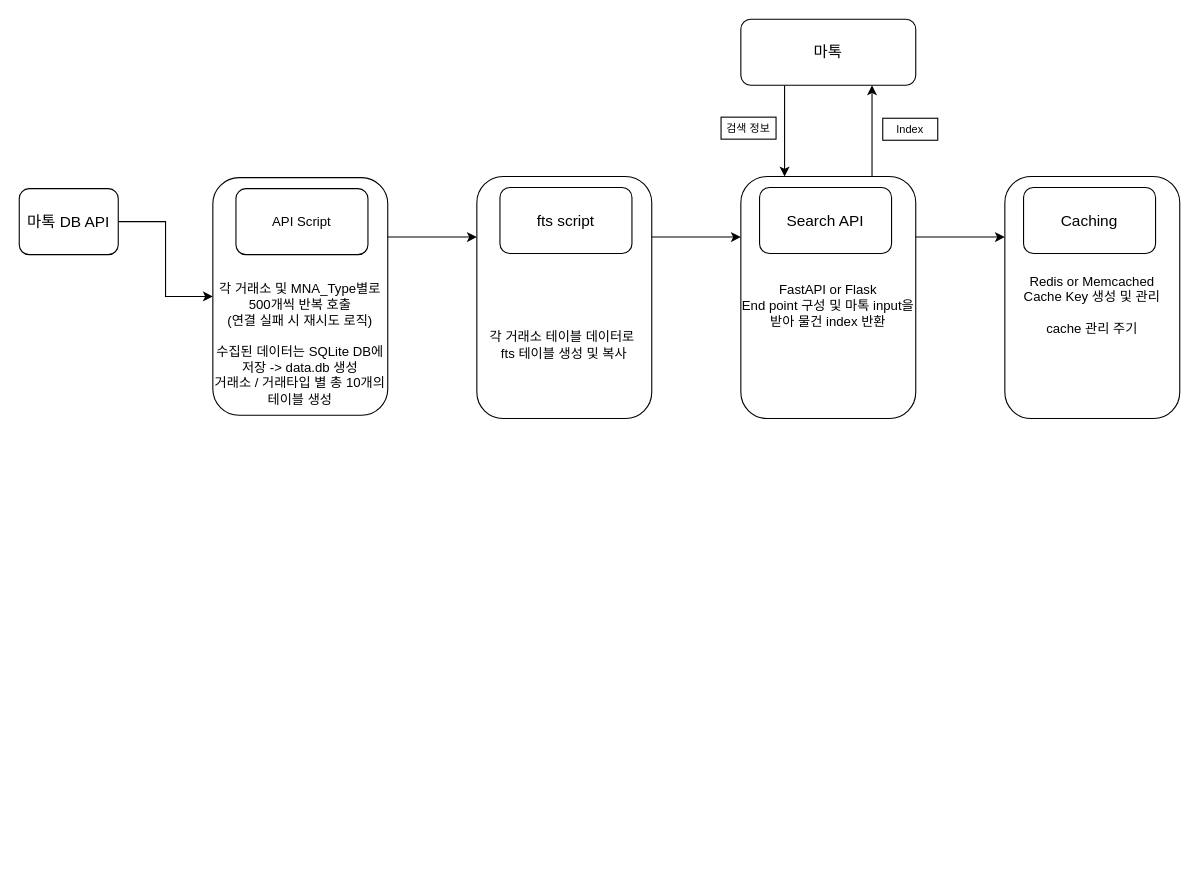
This is news_chatbot/제목 없는 다이어그램.drawio from jinucho/K_digital_training, a draw.io file, before an edit. Source tidied: cells renumbered, new cells numbered last; positions are measured from the earlier drawing's top-left corner, leaving out a move shared by most shapes. Both pictures are drawn from the tidied source at 110%, with x=0, y=0 at pixel (19, 19).
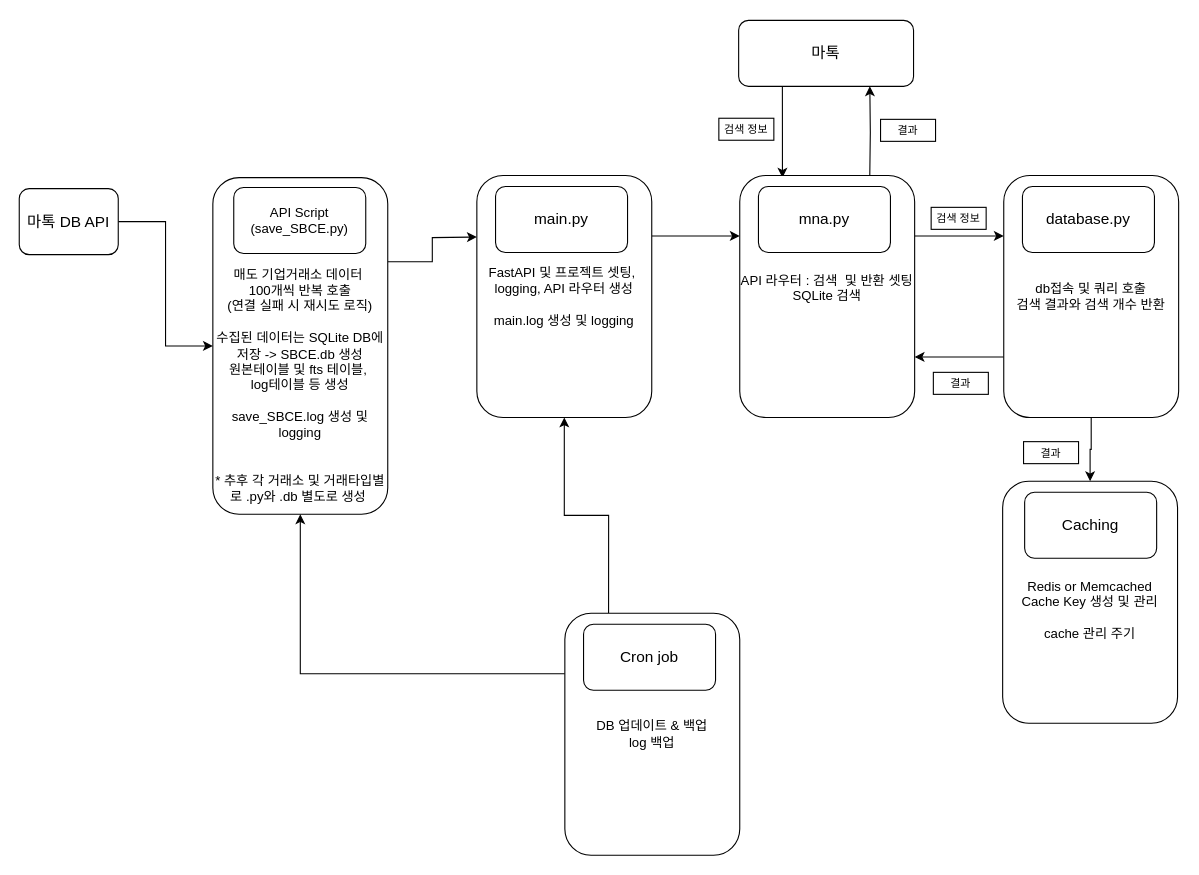
After the change.

Commit message:
제목 없는 다이어그램.drawio 업데이트

The edit, as a diff of the source:
```diff
@@
-    <mxCell id="2" style="edgeStyle=orthogonalEdgeStyle;rounded=0;jettySize=auto;html=1;exitX=1;exitY=0.25;exitDx=0;exitDy=0;entryX=0;entryY=0.25;entryDx=0;entryDy=0;" parent="1" edge="1" source="3" target="8">
-      <mxGeometry relative="1" as="geometry" />
+    <mxCell id="2" style="edgeStyle=orthogonalEdgeStyle;rounded=0;jettySize=auto;html=1;exitX=1;exitY=0.25;exitDx=0;exitDy=0;entryX=0;entryY=0.25;entryDx=0;entryDy=0;" parent="1" edge="1" source="3">
+      <mxGeometry relative="1" as="geometry">
+        <mxPoint x="416" y="198" as="targetPoint" />
+      </mxGeometry>
     </mxCell>
-    <mxCell id="3" value="&lt;div&gt;&lt;font style=&quot;font-size: 12px;&quot;&gt;&lt;br&gt;&lt;/font&gt;&lt;/div&gt;&lt;div&gt;&lt;font style=&quot;font-size: 12px;&quot;&gt;&lt;br&gt;&lt;/font&gt;&lt;/div&gt;&lt;div&gt;&lt;font style=&quot;font-size: 12px;&quot;&gt;&lt;br&gt;&lt;/font&gt;&lt;/div&gt;&lt;div&gt;&lt;font style=&quot;font-size: 12px;&quot;&gt;&lt;br&gt;&lt;/font&gt;&lt;/div&gt;&lt;div&gt;&lt;font style=&quot;font-size: 12px;&quot;&gt;&lt;br&gt;&lt;/font&gt;&lt;/div&gt;&lt;div&gt;&lt;font style=&quot;font-size: 12px;&quot;&gt;&lt;br&gt;&lt;/font&gt;&lt;/div&gt;&lt;font style=&quot;font-size: 12px;&quot;&gt;각 거래소 및 MNA_Type별로 500개씩 반복 호출&lt;/font&gt;&lt;div&gt;(연결 실패 시 재시도 로직)&lt;br&gt;&lt;div style=&quot;&quot;&gt;&lt;font style=&quot;font-size: 12px;&quot;&gt;&lt;br&gt;&lt;/font&gt;&lt;/div&gt;&lt;div style=&quot;&quot;&gt;&lt;font style=&quot;font-size: 12px;&quot;&gt;수집된 데이터는 SQLite DB에 저장 -&amp;gt; data.db 생성&lt;/font&gt;&lt;/div&gt;&lt;/div&gt;&lt;div style=&quot;&quot;&gt;거래소 / 거래타입 별 총 10개의 테이블 생성&lt;/div&gt;" style="rounded=1;whiteSpace=wrap;html=1;align=center;" parent="1" vertex="1">
-      <mxGeometry x="176" y="144" width="159" height="216" as="geometry" />
+    <mxCell id="3" value="&lt;div&gt;&lt;font style=&quot;font-size: 12px;&quot;&gt;&lt;br&gt;&lt;/font&gt;&lt;/div&gt;&lt;div&gt;&lt;font style=&quot;font-size: 12px;&quot;&gt;&lt;br&gt;&lt;/font&gt;&lt;/div&gt;&lt;div&gt;&lt;font style=&quot;font-size: 12px;&quot;&gt;&lt;br&gt;&lt;/font&gt;&lt;/div&gt;&lt;div&gt;&lt;font style=&quot;font-size: 12px;&quot;&gt;&lt;br&gt;&lt;/font&gt;&lt;/div&gt;&lt;div&gt;&lt;br&gt;&lt;/div&gt;&lt;font style=&quot;font-size: 12px;&quot;&gt;매도 기업거래소 데이터&amp;nbsp;&lt;/font&gt;&lt;div&gt;&lt;font style=&quot;font-size: 12px;&quot;&gt;100개씩 반복 호출&lt;/font&gt;&lt;div&gt;(연결 실패 시 재시도 로직)&lt;br&gt;&lt;div style=&quot;&quot;&gt;&lt;font style=&quot;font-size: 12px;&quot;&gt;&lt;br&gt;&lt;/font&gt;&lt;/div&gt;&lt;div style=&quot;&quot;&gt;&lt;font style=&quot;font-size: 12px;&quot;&gt;수집된 데이터는 SQLite DB에 저장 -&amp;gt; SBCE.db 생성&lt;/font&gt;&lt;/div&gt;&lt;/div&gt;&lt;div style=&quot;&quot;&gt;원본테이블 및 fts 테이블,&amp;nbsp;&lt;/div&gt;&lt;div style=&quot;&quot;&gt;log테이블 등 생성&lt;/div&gt;&lt;div style=&quot;&quot;&gt;&lt;br&gt;&lt;/div&gt;&lt;div style=&quot;&quot;&gt;save_SBCE.log 생성 및 logging&lt;/div&gt;&lt;div style=&quot;&quot;&gt;&lt;br&gt;&lt;/div&gt;&lt;div style=&quot;&quot;&gt;&lt;br&gt;&lt;/div&gt;&lt;div style=&quot;&quot;&gt;* 추후 각 거래소 및 거래타입별로 .py와 .db 별도로 생성&amp;nbsp;&lt;/div&gt;&lt;/div&gt;" style="rounded=1;whiteSpace=wrap;html=1;align=center;" parent="1" vertex="1">
+      <mxGeometry x="176" y="144" width="159" height="306" as="geometry" />
     </mxCell>
@@
-    <mxCell id="6" value="API Script" style="rounded=1;whiteSpace=wrap;html=1;" parent="1" vertex="1">
-      <mxGeometry x="197" y="154" width="120" height="60" as="geometry" />
+    <mxCell id="6" value="API Script&lt;div&gt;(save_SBCE.py)&lt;/div&gt;" style="rounded=1;whiteSpace=wrap;html=1;" parent="1" vertex="1">
+      <mxGeometry x="195" y="153" width="120" height="60" as="geometry" />
     </mxCell>
-    <mxCell id="7" style="edgeStyle=orthogonalEdgeStyle;rounded=0;jettySize=auto;html=1;exitX=1;exitY=0.25;exitDx=0;exitDy=0;entryX=0;entryY=0.25;entryDx=0;entryDy=0;" parent="1" edge="1" source="8" target="12">
-      <mxGeometry relative="1" as="geometry" />
-    </mxCell>
-    <mxCell id="8" value="&lt;div&gt;&lt;font style=&quot;font-size: 12px;&quot;&gt;&lt;br&gt;&lt;/font&gt;&lt;/div&gt;&lt;div&gt;&lt;font style=&quot;font-size: 12px;&quot;&gt;&lt;br&gt;&lt;/font&gt;&lt;/div&gt;&lt;div&gt;&lt;font style=&quot;font-size: 12px;&quot;&gt;&lt;br&gt;&lt;/font&gt;&lt;/div&gt;&lt;div&gt;&lt;font style=&quot;font-size: 12px;&quot;&gt;&lt;br&gt;&lt;/font&gt;&lt;/div&gt;&lt;div&gt;&lt;font style=&quot;font-size: 12px;&quot;&gt;&lt;br&gt;&lt;/font&gt;&lt;/div&gt;&lt;div&gt;&lt;font style=&quot;font-size: 12px;&quot;&gt;&lt;br&gt;&lt;/font&gt;&lt;/div&gt;각 거래소 테이블 데이터로&amp;nbsp;&lt;div&gt;fts 테이블 생성 및 복사&lt;/div&gt;" style="rounded=1;whiteSpace=wrap;html=1;align=center;" parent="1" vertex="1">
-      <mxGeometry x="416" y="143" width="159" height="220" as="geometry" />
-    </mxCell>
-    <mxCell id="9" value="&lt;span style=&quot;font-size: 14px;&quot;&gt;fts script&lt;/span&gt;" style="rounded=1;whiteSpace=wrap;html=1;" parent="1" vertex="1">
-      <mxGeometry x="437" y="153" width="120" height="60" as="geometry" />
-    </mxCell>
-    <mxCell id="10" style="edgeStyle=orthogonalEdgeStyle;rounded=0;jettySize=auto;html=1;exitX=0.25;exitY=1;exitDx=0;exitDy=0;entryX=0.25;entryY=0;entryDx=0;entryDy=0;" parent="1" edge="1" source="15" target="12">
-      <mxGeometry relative="1" as="geometry" />
+    <mxCell id="10" style="edgeStyle=orthogonalEdgeStyle;rounded=0;jettySize=auto;html=1;exitX=0.25;exitY=1;exitDx=0;exitDy=0;entryX=0.25;entryY=0;entryDx=0;entryDy=0;" parent="1" edge="1" source="15">
+      <mxGeometry relative="1" as="geometry">
+        <mxPoint x="693.8" y="144" as="targetPoint" />
+      </mxGeometry>
     </mxCell>
-    <mxCell id="11" style="edgeStyle=orthogonalEdgeStyle;rounded=0;jettySize=auto;html=1;exitX=1;exitY=0.25;exitDx=0;exitDy=0;entryX=0;entryY=0.25;entryDx=0;entryDy=0;" parent="1" edge="1" source="12" target="18">
-      <mxGeometry relative="1" as="geometry" />
-    </mxCell>
+    <mxCell id="20" style="edgeStyle=orthogonalEdgeStyle;rounded=0;jettySize=auto;html=1;exitX=1;exitY=0.25;exitDx=0;exitDy=0;entryX=0;entryY=0.25;entryDx=0;entryDy=0;" parent="1" edge="1" source="12" target="22">
+      <mxGeometry relative="1" as="geometry" />
+    </mxCell>
-    <mxCell id="12" value="&lt;div&gt;&lt;font style=&quot;font-size: 12px;&quot;&gt;&lt;br&gt;&lt;/font&gt;&lt;/div&gt;&lt;div&gt;FastAPI or Flask&lt;br&gt;&lt;/div&gt;&lt;div&gt;End point 구성 및 마톡 input을 받아 물건 index 반환&lt;/div&gt;" style="rounded=1;whiteSpace=wrap;html=1;align=center;" parent="1" vertex="1">
-      <mxGeometry x="656" y="143" width="159" height="220" as="geometry" />
+    <mxCell id="12" value="&lt;div&gt;FastAPI 및 프로젝트 셋팅,&amp;nbsp;&lt;/div&gt;&lt;div&gt;logging, API 라우터 생성&lt;/div&gt;&lt;div&gt;&lt;br&gt;&lt;/div&gt;&lt;div&gt;main.log 생성 및 logging&lt;/div&gt;" style="rounded=1;whiteSpace=wrap;html=1;align=center;" parent="1" vertex="1">
+      <mxGeometry x="416" y="142" width="159" height="220" as="geometry" />
     </mxCell>
-    <mxCell id="13" value="&lt;span style=&quot;font-size: 14px;&quot;&gt;Search API&lt;/span&gt;" style="rounded=1;whiteSpace=wrap;html=1;" parent="1" vertex="1">
-      <mxGeometry x="673" y="153" width="120" height="60" as="geometry" />
+    <mxCell id="13" value="&lt;span style=&quot;font-size: 14px;&quot;&gt;main.py&lt;/span&gt;" style="rounded=1;whiteSpace=wrap;html=1;" parent="1" vertex="1">
+      <mxGeometry x="433" y="152" width="120" height="60" as="geometry" />
     </mxCell>
-    <mxCell id="14" style="edgeStyle=orthogonalEdgeStyle;rounded=0;jettySize=auto;html=1;exitX=0.75;exitY=0;exitDx=0;exitDy=0;entryX=0.75;entryY=1;entryDx=0;entryDy=0;" parent="1" edge="1" source="12" target="15">
-      <mxGeometry relative="1" as="geometry" />
+    <mxCell id="14" style="edgeStyle=orthogonalEdgeStyle;rounded=0;jettySize=auto;html=1;exitX=0.75;exitY=0;exitDx=0;exitDy=0;entryX=0.75;entryY=1;entryDx=0;entryDy=0;" parent="1" edge="1" target="15">
+      <mxGeometry relative="1" as="geometry">
+        <mxPoint x="773.2" y="144" as="sourcePoint" />
+      </mxGeometry>
     </mxCell>
     <mxCell id="15" value="&lt;font style=&quot;font-size: 14px;&quot;&gt;마톡&lt;/font&gt;" style="rounded=1;whiteSpace=wrap;html=1;" parent="1" vertex="1">
-      <mxGeometry x="656" width="159" height="60" as="geometry" />
+      <mxGeometry x="654" y="1" width="159" height="60" as="geometry" />
     </mxCell>
     <mxCell id="16" value="&lt;font style=&quot;font-size: 10px;&quot;&gt;검색 정보&lt;/font&gt;" style="whiteSpace=wrap;html=1;" parent="1" vertex="1">
-      <mxGeometry x="638" y="89" width="50" height="20" as="geometry" />
+      <mxGeometry x="636" y="90" width="50" height="20" as="geometry" />
     </mxCell>
-    <mxCell id="17" value="&lt;span style=&quot;font-size: 10px;&quot;&gt;Index&lt;/span&gt;" style="whiteSpace=wrap;html=1;" parent="1" vertex="1">
-      <mxGeometry x="785" y="90" width="50" height="20" as="geometry" />
+    <mxCell id="17" value="&lt;span style=&quot;font-size: 10px;&quot;&gt;결과&lt;/span&gt;" style="whiteSpace=wrap;html=1;" parent="1" vertex="1">
+      <mxGeometry x="783" y="91" width="50" height="20" as="geometry" />
     </mxCell>
     <mxCell id="18" value="&lt;div&gt;&lt;font style=&quot;font-size: 12px;&quot;&gt;&lt;br&gt;&lt;/font&gt;&lt;/div&gt;&lt;div&gt;Redis or Memcached&lt;/div&gt;&lt;div&gt;Cache Key 생성 및 관리&lt;/div&gt;&lt;div&gt;&lt;br&gt;&lt;/div&gt;&lt;div&gt;cache 관리 주기&lt;/div&gt;" style="rounded=1;whiteSpace=wrap;html=1;align=center;" parent="1" vertex="1">
-      <mxGeometry x="896" y="143" width="159" height="220" as="geometry" />
+      <mxGeometry x="894" y="420" width="159" height="220" as="geometry" />
     </mxCell>
     <mxCell id="19" value="&lt;span style=&quot;font-size: 14px;&quot;&gt;Caching&lt;/span&gt;" style="rounded=1;whiteSpace=wrap;html=1;" parent="1" vertex="1">
-      <mxGeometry x="913" y="153" width="120" height="60" as="geometry" />
+      <mxGeometry x="914" y="430" width="120" height="60" as="geometry" />
     </mxCell>
+    <mxCell id="21" style="edgeStyle=orthogonalEdgeStyle;rounded=0;jettySize=auto;html=1;exitX=1;exitY=0.25;exitDx=0;exitDy=0;entryX=0;entryY=0.25;entryDx=0;entryDy=0;" parent="1" edge="1" source="22" target="26">
+      <mxGeometry relative="1" as="geometry" />
+    </mxCell>
+    <mxCell id="22" value="&lt;div&gt;API 라우터 :&amp;nbsp;&lt;span style=&quot;background-color: initial;&quot;&gt;검색&amp;nbsp; 및 반환 셋팅&lt;/span&gt;&lt;/div&gt;&lt;div&gt;&lt;span style=&quot;background-color: initial;&quot;&gt;SQLite 검색&lt;/span&gt;&lt;/div&gt;&lt;div&gt;&lt;br&gt;&lt;/div&gt;" style="rounded=1;whiteSpace=wrap;html=1;align=center;" parent="1" vertex="1">
+      <mxGeometry x="655" y="142" width="159" height="220" as="geometry" />
+    </mxCell>
+    <mxCell id="23" value="&lt;span style=&quot;font-size: 14px;&quot;&gt;mna.py&lt;/span&gt;" style="rounded=1;whiteSpace=wrap;html=1;" parent="1" vertex="1">
+      <mxGeometry x="672" y="152" width="120" height="60" as="geometry" />
+    </mxCell>
+    <mxCell id="24" style="edgeStyle=orthogonalEdgeStyle;rounded=0;jettySize=auto;html=1;exitX=0;exitY=0.75;exitDx=0;exitDy=0;entryX=1;entryY=0.75;entryDx=0;entryDy=0;" parent="1" edge="1" source="26" target="22">
+      <mxGeometry relative="1" as="geometry" />
+    </mxCell>
+    <mxCell id="25" style="edgeStyle=orthogonalEdgeStyle;rounded=0;jettySize=auto;html=1;exitX=0.5;exitY=1;exitDx=0;exitDy=0;entryX=0.5;entryY=0;entryDx=0;entryDy=0;" parent="1" edge="1" source="26" target="18">
+      <mxGeometry relative="1" as="geometry" />
+    </mxCell>
+    <mxCell id="26" value="&lt;div&gt;db접속 및 쿼리 호출&lt;/div&gt;&lt;div&gt;검색 결과와 검색 개수 반환&lt;/div&gt;" style="rounded=1;whiteSpace=wrap;html=1;align=center;" parent="1" vertex="1">
+      <mxGeometry x="895" y="142" width="159" height="220" as="geometry" />
+    </mxCell>
+    <mxCell id="27" value="&lt;span style=&quot;font-size: 14px;&quot;&gt;database.py&lt;/span&gt;" style="rounded=1;whiteSpace=wrap;html=1;" parent="1" vertex="1">
+      <mxGeometry x="912" y="152" width="120" height="60" as="geometry" />
+    </mxCell>
+    <mxCell id="28" value="&lt;font style=&quot;font-size: 10px;&quot;&gt;검색 정보&lt;/font&gt;" style="whiteSpace=wrap;html=1;" parent="1" vertex="1">
+      <mxGeometry x="829" y="171" width="50" height="20" as="geometry" />
+    </mxCell>
+    <mxCell id="29" value="&lt;span style=&quot;font-size: 10px;&quot;&gt;결과&lt;/span&gt;" style="whiteSpace=wrap;html=1;" parent="1" vertex="1">
+      <mxGeometry x="831" y="321" width="50" height="20" as="geometry" />
+    </mxCell>
+    <mxCell id="30" value="&lt;span style=&quot;font-size: 10px;&quot;&gt;결과&lt;/span&gt;" style="whiteSpace=wrap;html=1;" parent="1" vertex="1">
+      <mxGeometry x="913" y="384" width="50" height="20" as="geometry" />
+    </mxCell>
+    <mxCell id="31" style="edgeStyle=orthogonalEdgeStyle;rounded=0;jettySize=auto;html=1;exitX=0;exitY=0.25;exitDx=0;exitDy=0;entryX=0.5;entryY=1;entryDx=0;entryDy=0;" parent="1" edge="1" source="33" target="3">
+      <mxGeometry relative="1" as="geometry" />
+    </mxCell>
+    <mxCell id="32" style="edgeStyle=orthogonalEdgeStyle;rounded=0;jettySize=auto;html=1;exitX=0.25;exitY=0;exitDx=0;exitDy=0;entryX=0.5;entryY=1;entryDx=0;entryDy=0;" parent="1" edge="1" source="33" target="12">
+      <mxGeometry relative="1" as="geometry" />
+    </mxCell>
+    <mxCell id="33" value="DB 업데이트 &amp;amp; 백업&lt;br&gt;&lt;div&gt;log 백업&lt;/div&gt;" style="rounded=1;whiteSpace=wrap;html=1;align=center;" parent="1" vertex="1">
+      <mxGeometry x="496" y="540" width="159" height="220" as="geometry" />
+    </mxCell>
+    <mxCell id="34" value="&lt;span style=&quot;font-size: 14px;&quot;&gt;Cron job&lt;/span&gt;" style="rounded=1;whiteSpace=wrap;html=1;" parent="1" vertex="1">
+      <mxGeometry x="513" y="550" width="120" height="60" as="geometry" />
+    </mxCell>
```
